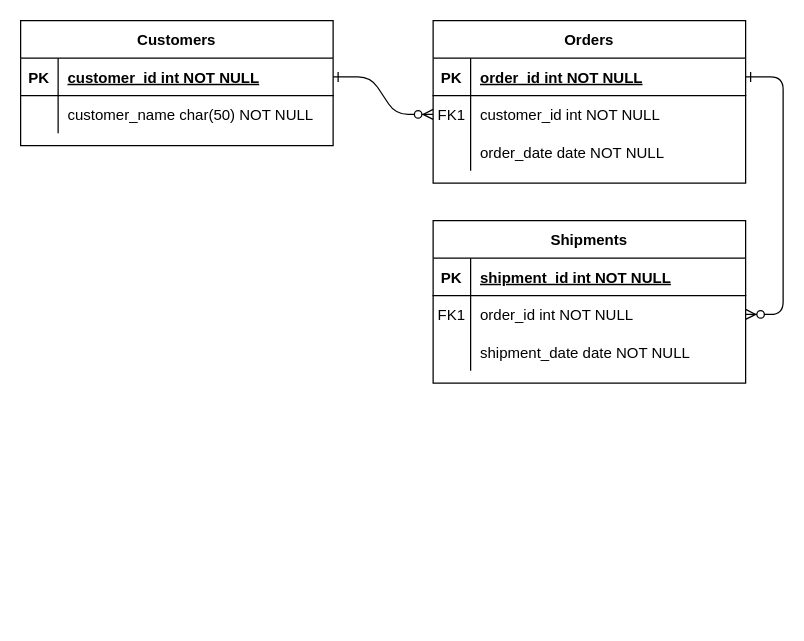
This is page "Page-1" (1 of 2) of ERD.drawio from lhr0055/KostaWebUI, a draw.io file, before an edit. Source tidied: cells renumbered, new cells numbered last; positions are measured from the earlier drawing's top-left corner, leaving out a move shared by most shapes. Both pictures are drawn from the tidied source at 125%, with x=0, y=0 at pixel (20, 20).
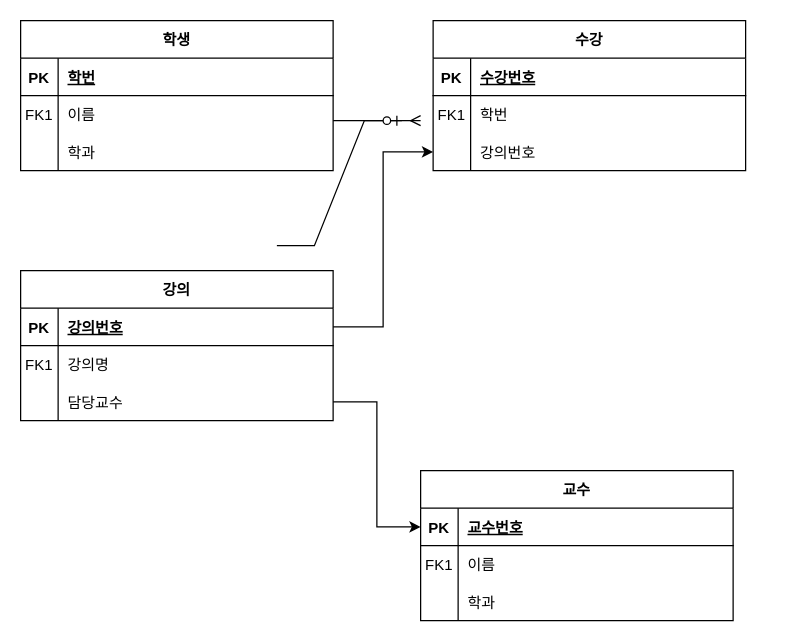
After the change.

Unchanged cells that the change refers to:
```xml
<mxCell id="5" style="shape=partialRectangle;fillColor=none;points=[[0,0.5],[1,0.5]];portConstraint=eastwest;top=0;left=0;right=0;bottom=1;" parent="4" vertex="1">
  <mxGeometry y="30" width="250" height="30" as="geometry" />
</mxCell>
<mxCell id="8" style="shape=partialRectangle;fillColor=none;points=[[0,0.5],[1,0.5]];portConstraint=eastwest;top=0;left=0;right=0;bottom=0;" parent="4" vertex="1">
  <mxGeometry y="60" width="250" height="30" as="geometry" />
</mxCell>
<mxCell id="11" style="shape=partialRectangle;fillColor=none;points=[[0,0.5],[1,0.5]];portConstraint=eastwest;top=0;left=0;right=0;bottom=0;" parent="4" vertex="1">
  <mxGeometry y="90" width="250" height="30" as="geometry" />
</mxCell>
<mxCell id="15" style="shape=partialRectangle;fillColor=none;points=[[0,0.5],[1,0.5]];portConstraint=eastwest;top=0;left=0;right=0;bottom=1;" parent="14" vertex="1">
  <mxGeometry y="30" width="250" height="30" as="geometry" />
</mxCell>
<mxCell id="18" style="shape=partialRectangle;fillColor=none;points=[[0,0.5],[1,0.5]];portConstraint=eastwest;top=0;left=0;right=0;bottom=0;" parent="14" vertex="1">
  <mxGeometry y="60" width="250" height="30" as="geometry" />
</mxCell>
<mxCell id="21" style="shape=partialRectangle;fillColor=none;points=[[0,0.5],[1,0.5]];portConstraint=eastwest;top=0;left=0;right=0;bottom=0;" parent="14" vertex="1">
  <mxGeometry y="90" width="250" height="30" as="geometry" />
</mxCell>
```

Diff of the diagram source:
```diff
@@
-    <mxCell id="2" style="edgeStyle=entityRelationEdgeStyle;endArrow=ERzeroToMany;startArrow=ERone;endFill=1;startFill=0;" parent="1" edge="1" source="25" target="8">
-      <mxGeometry relative="1" as="geometry" />
-    </mxCell>
-    <mxCell id="3" style="edgeStyle=entityRelationEdgeStyle;endArrow=ERzeroToMany;startArrow=ERone;endFill=1;startFill=0;" parent="1" edge="1" source="5" target="18">
-      <mxGeometry relative="1" as="geometry" />
-    </mxCell>
-    <mxCell id="4" value="Orders" style="shape=table;startSize=30;childLayout=tableLayout;rowLines=0;fontStyle=1;align=center;" parent="1" vertex="1">
-      <mxGeometry x="330" width="250" height="130" as="geometry" />
+    <mxCell id="4" value="수강" style="shape=table;startSize=30;childLayout=tableLayout;rowLines=0;fontStyle=1;align=center;" parent="1" vertex="1">
+      <mxGeometry x="330" width="250" height="120" as="geometry" />
     </mxCell>
@@
-    <mxCell id="7" value="order_id int NOT NULL " style="shape=partialRectangle;overflow=hidden;fillColor=none;top=0;left=0;bottom=0;right=0;align=left;spacingLeft=6;fontStyle=5;" parent="5" vertex="1">
+    <mxCell id="7" value="수강번호" style="shape=partialRectangle;overflow=hidden;fillColor=none;top=0;left=0;bottom=0;right=0;align=left;spacingLeft=6;fontStyle=5;" parent="5" vertex="1">
       <mxGeometry x="30" width="220" height="30" as="geometry" />
     </mxCell>
@@
-    <mxCell id="10" value="customer_id int NOT NULL" style="shape=partialRectangle;overflow=hidden;fillColor=none;top=0;left=0;bottom=0;right=0;align=left;spacingLeft=6;" parent="8" vertex="1">
+    <mxCell id="10" value="학번" style="shape=partialRectangle;overflow=hidden;fillColor=none;top=0;left=0;bottom=0;right=0;align=left;spacingLeft=6;" parent="8" vertex="1">
       <mxGeometry x="30" width="220" height="30" as="geometry" />
     </mxCell>
@@
-    <mxCell id="13" value="order_date date NOT NULL" style="shape=partialRectangle;overflow=hidden;fillColor=none;top=0;left=0;bottom=0;right=0;align=left;spacingLeft=6;" parent="11" vertex="1">
+    <mxCell id="13" value="강의번호" style="shape=partialRectangle;overflow=hidden;fillColor=none;top=0;left=0;bottom=0;right=0;align=left;spacingLeft=6;" parent="11" vertex="1">
       <mxGeometry x="30" width="220" height="30" as="geometry" />
     </mxCell>
-    <mxCell id="14" value="Shipments" style="shape=table;startSize=30;childLayout=tableLayout;rowLines=0;fontStyle=1;align=center;" parent="1" vertex="1">
-      <mxGeometry x="330" y="160" width="250" height="130" as="geometry" />
+    <mxCell id="14" value="강의" style="shape=table;startSize=30;childLayout=tableLayout;rowLines=0;fontStyle=1;align=center;" parent="1" vertex="1">
+      <mxGeometry y="200" width="250" height="120" as="geometry" />
     </mxCell>
@@
-    <mxCell id="17" value="shipment_id int NOT NULL " style="shape=partialRectangle;overflow=hidden;fillColor=none;top=0;left=0;bottom=0;right=0;align=left;spacingLeft=6;fontStyle=5;" parent="15" vertex="1">
+    <mxCell id="17" value="강의번호" style="shape=partialRectangle;overflow=hidden;fillColor=none;top=0;left=0;bottom=0;right=0;align=left;spacingLeft=6;fontStyle=5;" parent="15" vertex="1">
       <mxGeometry x="30" width="220" height="30" as="geometry" />
     </mxCell>
@@
-    <mxCell id="20" value="order_id int NOT NULL" style="shape=partialRectangle;overflow=hidden;fillColor=none;top=0;left=0;bottom=0;right=0;align=left;spacingLeft=6;" parent="18" vertex="1">
+    <mxCell id="20" value="강의명" style="shape=partialRectangle;overflow=hidden;fillColor=none;top=0;left=0;bottom=0;right=0;align=left;spacingLeft=6;" parent="18" vertex="1">
       <mxGeometry x="30" width="220" height="30" as="geometry" />
     </mxCell>
@@
-    <mxCell id="23" value="shipment_date date NOT NULL" style="shape=partialRectangle;overflow=hidden;fillColor=none;top=0;left=0;bottom=0;right=0;align=left;spacingLeft=6;" parent="21" vertex="1">
+    <mxCell id="23" value="담당교수" style="shape=partialRectangle;overflow=hidden;fillColor=none;top=0;left=0;bottom=0;right=0;align=left;spacingLeft=6;" parent="21" vertex="1">
       <mxGeometry x="30" width="220" height="30" as="geometry" />
     </mxCell>
-    <mxCell id="24" value="Customers" style="shape=table;startSize=30;childLayout=tableLayout;rowLines=0;fontStyle=1;align=center;" parent="1" vertex="1">
-      <mxGeometry width="250" height="100" as="geometry" />
-    </mxCell>
-    <mxCell id="25" style="shape=partialRectangle;fillColor=none;points=[[0,0.5],[1,0.5]];portConstraint=eastwest;top=0;left=0;right=0;bottom=1;" parent="24" vertex="1">
-      <mxGeometry y="30" width="250" height="30" as="geometry" />
-    </mxCell>
-    <mxCell id="26" value="PK" style="shape=partialRectangle;overflow=hidden;fillColor=none;top=0;left=0;bottom=0;right=0;fontStyle=1;" parent="25" vertex="1">
-      <mxGeometry width="30" height="30" as="geometry" />
-    </mxCell>
-    <mxCell id="27" value="customer_id int NOT NULL " style="shape=partialRectangle;overflow=hidden;fillColor=none;top=0;left=0;bottom=0;right=0;align=left;spacingLeft=6;fontStyle=5;" parent="25" vertex="1">
-      <mxGeometry x="30" width="220" height="30" as="geometry" />
-    </mxCell>
-    <mxCell id="28" style="shape=partialRectangle;fillColor=none;top=0;left=0;right=0;bottom=0;" parent="24" vertex="1">
-      <mxGeometry y="60" width="250" height="30" as="geometry" />
-    </mxCell>
-    <mxCell id="29" style="shape=partialRectangle;overflow=hidden;fillColor=none;top=0;left=0;bottom=0;right=0;" parent="28" vertex="1">
-      <mxGeometry width="30" height="30" as="geometry" />
-    </mxCell>
-    <mxCell id="30" value="customer_name char(50) NOT NULL" style="shape=partialRectangle;overflow=hidden;fillColor=none;top=0;left=0;bottom=0;right=0;align=left;spacingLeft=6;" parent="28" vertex="1">
-      <mxGeometry x="30" width="220" height="30" as="geometry" />
-    </mxCell>
+    <mxCell id="31" value="교수" style="shape=table;startSize=30;childLayout=tableLayout;rowLines=0;fontStyle=1;align=center;" parent="1" vertex="1">
+      <mxGeometry x="320" y="360" width="250" height="120" as="geometry" />
+    </mxCell>
+    <mxCell id="32" style="shape=partialRectangle;fillColor=none;points=[[0,0.5],[1,0.5]];portConstraint=eastwest;top=0;left=0;right=0;bottom=1;" parent="31" vertex="1">
+      <mxGeometry y="30" width="250" height="30" as="geometry" />
+    </mxCell>
+    <mxCell id="33" value="PK" style="shape=partialRectangle;overflow=hidden;fillColor=none;top=0;left=0;bottom=0;right=0;fontStyle=1;" parent="32" vertex="1">
+      <mxGeometry width="30" height="30" as="geometry" />
+    </mxCell>
+    <mxCell id="34" value="교수번호" style="shape=partialRectangle;overflow=hidden;fillColor=none;top=0;left=0;bottom=0;right=0;align=left;spacingLeft=6;fontStyle=5;" parent="32" vertex="1">
+      <mxGeometry x="30" width="220" height="30" as="geometry" />
+    </mxCell>
+    <mxCell id="35" style="shape=partialRectangle;fillColor=none;top=0;left=0;right=0;bottom=0;" parent="31" vertex="1">
+      <mxGeometry y="60" width="250" height="30" as="geometry" />
+    </mxCell>
+    <mxCell id="36" value="FK1" style="shape=partialRectangle;overflow=hidden;fillColor=none;top=0;left=0;bottom=0;right=0;" parent="35" vertex="1">
+      <mxGeometry width="30" height="30" as="geometry" />
+    </mxCell>
+    <mxCell id="37" value="이름" style="shape=partialRectangle;overflow=hidden;fillColor=none;top=0;left=0;bottom=0;right=0;align=left;spacingLeft=6;" parent="35" vertex="1">
+      <mxGeometry x="30" width="220" height="30" as="geometry" />
+    </mxCell>
+    <mxCell id="38" style="shape=partialRectangle;fillColor=none;top=0;left=0;right=0;bottom=0;" parent="31" vertex="1">
+      <mxGeometry y="90" width="250" height="30" as="geometry" />
+    </mxCell>
+    <mxCell id="39" style="shape=partialRectangle;overflow=hidden;fillColor=none;top=0;left=0;bottom=0;right=0;" parent="38" vertex="1">
+      <mxGeometry width="30" height="30" as="geometry" />
+    </mxCell>
+    <mxCell id="40" value="학과" style="shape=partialRectangle;overflow=hidden;fillColor=none;top=0;left=0;bottom=0;right=0;align=left;spacingLeft=6;" parent="38" vertex="1">
+      <mxGeometry x="30" width="220" height="30" as="geometry" />
+    </mxCell>
+    <mxCell id="41" value="학생" style="shape=table;startSize=30;childLayout=tableLayout;rowLines=0;fontStyle=1;align=center;" parent="1" vertex="1">
+      <mxGeometry width="250" height="120" as="geometry" />
+    </mxCell>
+    <mxCell id="42" style="shape=partialRectangle;fillColor=none;top=0;left=0;right=0;bottom=1;" parent="41" vertex="1">
+      <mxGeometry y="30" width="250" height="30" as="geometry" />
+    </mxCell>
+    <mxCell id="43" value="PK" style="shape=partialRectangle;overflow=hidden;fillColor=none;top=0;left=0;bottom=0;right=0;fontStyle=1;" parent="42" vertex="1">
+      <mxGeometry width="30" height="30" as="geometry" />
+    </mxCell>
+    <mxCell id="44" value="학번" style="shape=partialRectangle;overflow=hidden;fillColor=none;top=0;left=0;bottom=0;right=0;align=left;spacingLeft=6;fontStyle=5;" parent="42" vertex="1">
+      <mxGeometry x="30" width="220" height="30" as="geometry" />
+    </mxCell>
+    <mxCell id="45" style="shape=partialRectangle;fillColor=none;top=0;left=0;right=0;bottom=0;" parent="41" vertex="1">
+      <mxGeometry y="60" width="250" height="30" as="geometry" />
+    </mxCell>
+    <mxCell id="46" value="FK1" style="shape=partialRectangle;overflow=hidden;fillColor=none;top=0;left=0;bottom=0;right=0;" parent="45" vertex="1">
+      <mxGeometry width="30" height="30" as="geometry" />
+    </mxCell>
+    <mxCell id="47" value="이름" style="shape=partialRectangle;overflow=hidden;fillColor=none;top=0;left=0;bottom=0;right=0;align=left;spacingLeft=6;" parent="45" vertex="1">
+      <mxGeometry x="30" width="220" height="30" as="geometry" />
+    </mxCell>
+    <mxCell id="48" style="shape=partialRectangle;fillColor=none;top=0;left=0;right=0;bottom=0;" parent="41" vertex="1">
+      <mxGeometry y="90" width="250" height="30" as="geometry" />
+    </mxCell>
+    <mxCell id="49" style="shape=partialRectangle;overflow=hidden;fillColor=none;top=0;left=0;bottom=0;right=0;" parent="48" vertex="1">
+      <mxGeometry width="30" height="30" as="geometry" />
+    </mxCell>
+    <mxCell id="50" value="학과" style="shape=partialRectangle;overflow=hidden;fillColor=none;top=0;left=0;bottom=0;right=0;align=left;spacingLeft=6;" parent="48" vertex="1">
+      <mxGeometry x="30" width="220" height="30" as="geometry" />
+    </mxCell>
+    <mxCell id="51" style="edgeStyle=orthogonalEdgeStyle;rounded=0;jettySize=auto;html=1;exitX=1;exitY=0.5;exitDx=0;exitDy=0;entryX=0;entryY=0.5;entryDx=0;entryDy=0;" parent="1" edge="1" source="21" target="32">
+      <mxGeometry relative="1" as="geometry" />
+    </mxCell>
+    <mxCell id="52" style="edgeStyle=orthogonalEdgeStyle;rounded=0;jettySize=auto;html=1;exitX=1;exitY=0.5;exitDx=0;exitDy=0;entryX=0;entryY=0.5;entryDx=0;entryDy=0;" parent="1" edge="1" source="15" target="11">
+      <mxGeometry relative="1" as="geometry" />
+    </mxCell>
+    <mxCell id="53" style="edgeStyle=entityRelationEdgeStyle;fontSize=12;html=1;endArrow=ERmany;rounded=0;" parent="1" edge="1">
+      <mxGeometry relative="1" as="geometry">
+        <mxPoint x="250" y="80" as="sourcePoint" />
+        <mxPoint x="320" y="80" as="targetPoint" />
+        <Array as="points">
+          <mxPoint x="320" y="80" />
+        </Array>
+      </mxGeometry>
+    </mxCell>
+    <mxCell id="54" style="edgeStyle=entityRelationEdgeStyle;fontSize=12;html=1;endArrow=ERzeroToOne;endFill=1;rounded=0;" parent="1" edge="1">
+      <mxGeometry relative="1" as="geometry">
+        <mxPoint x="205" y="180" as="sourcePoint" />
+        <mxPoint x="305" y="80" as="targetPoint" />
+      </mxGeometry>
+    </mxCell>
```
